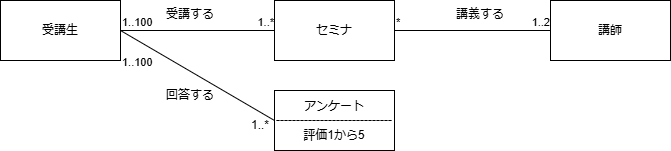
Above: lesson 05-4.drawio.png in kenboasakura/UML_GettingStarted (draw.io), before the change. Source tidied: cells renumbered, new cells last; positions are measured from the earlier drawing's top-left corner, leaving out a move shared by most shapes. The source it was exported from:
```xml
<mxGraphModel>
  <root>
    <mxCell id="0" />
    <mxCell id="1" parent="0" />
    <mxCell id="2" value="受講生" style="rounded=0;whiteSpace=wrap;html=1;" parent="1" vertex="1">
      <mxGeometry width="120" height="60" as="geometry" />
    </mxCell>
    <mxCell id="3" value="セミナ" style="rounded=0;whiteSpace=wrap;html=1;" parent="1" vertex="1">
      <mxGeometry x="274" width="120" height="60" as="geometry" />
    </mxCell>
    <mxCell id="4" value="講師" style="rounded=0;whiteSpace=wrap;html=1;" parent="1" vertex="1">
      <mxGeometry x="550" width="120" height="60" as="geometry" />
    </mxCell>
    <mxCell id="5" style="endArrow=none;html=1;edgeStyle=orthogonalEdgeStyle;rounded=0;exitX=1;exitY=0.5;exitDx=0;exitDy=0;entryX=0;entryY=0.5;entryDx=0;entryDy=0;" parent="1" edge="1" source="2" target="3">
      <mxGeometry relative="1" as="geometry" />
    </mxCell>
    <mxCell id="6" value="1..100" style="edgeLabel;html=1;align=left;verticalAlign=bottom;" parent="5" vertex="1">
      <mxGeometry x="-1" relative="1" as="geometry" />
    </mxCell>
    <mxCell id="7" value="1..*" style="edgeLabel;html=1;align=right;verticalAlign=bottom;" parent="5" vertex="1">
      <mxGeometry x="1" relative="1" as="geometry" />
    </mxCell>
    <mxCell id="8" style="endArrow=none;html=1;edgeStyle=orthogonalEdgeStyle;rounded=0;entryX=0;entryY=0.5;entryDx=0;entryDy=0;exitX=1;exitY=0.5;exitDx=0;exitDy=0;" parent="1" edge="1" source="3" target="4">
      <mxGeometry relative="1" as="geometry" />
    </mxCell>
    <mxCell id="9" value="*" style="edgeLabel;html=1;align=left;verticalAlign=bottom;" parent="8" vertex="1">
      <mxGeometry x="-1" relative="1" as="geometry" />
    </mxCell>
    <mxCell id="10" value="1..2" style="edgeLabel;html=1;align=right;verticalAlign=bottom;" parent="8" vertex="1">
      <mxGeometry x="1" relative="1" as="geometry" />
    </mxCell>
    <mxCell id="11" value="受講する" style="text;strokeColor=none;fillColor=none;align=left;verticalAlign=top;spacingLeft=4;spacingRight=4;overflow=hidden;whiteSpace=wrap;html=1;" parent="1" vertex="1">
      <mxGeometry x="160" width="100" height="26" as="geometry" />
    </mxCell>
    <mxCell id="12" value="講義する" style="text;strokeColor=none;fillColor=none;align=left;verticalAlign=top;spacingLeft=4;spacingRight=4;overflow=hidden;whiteSpace=wrap;html=1;" parent="1" vertex="1">
      <mxGeometry x="450" width="100" height="26" as="geometry" />
    </mxCell>
    <mxCell id="13" value="アンケート&lt;div&gt;-----------------------------&lt;/div&gt;&lt;div&gt;評価1から5&lt;/div&gt;" style="rounded=0;whiteSpace=wrap;html=1;" parent="1" vertex="1">
      <mxGeometry x="274" y="90" width="120" height="60" as="geometry" />
    </mxCell>
    <mxCell id="14" style="endArrow=none;html=1;rounded=0;exitX=1;exitY=0.5;exitDx=0;exitDy=0;entryX=0;entryY=0.5;entryDx=0;entryDy=0;" parent="1" edge="1" source="2" target="13">
      <mxGeometry relative="1" as="geometry" />
    </mxCell>
    <mxCell id="15" value="回答する" style="text;html=1;align=center;verticalAlign=middle;whiteSpace=wrap;rounded=0;" parent="1" vertex="1">
      <mxGeometry x="160" y="80" width="60" height="30" as="geometry" />
    </mxCell>
    <mxCell id="16" value="1..*" style="text;html=1;align=center;verticalAlign=middle;whiteSpace=wrap;rounded=0;" parent="1" vertex="1">
      <mxGeometry x="230" y="110" width="60" height="30" as="geometry" />
    </mxCell>
    <mxCell id="17" value="1..100" style="edgeLabel;html=1;align=left;verticalAlign=bottom;" parent="1" vertex="1">
      <mxGeometry x="120" y="70" as="geometry" />
    </mxCell>
  </root>
</mxGraphModel>
```
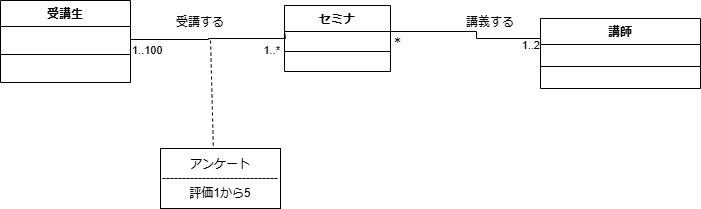
The same diagram one commit later.

What changed in the source:
```diff
@@ -2,29 +2,41 @@
   <root>
     <mxCell id="0" />
     <mxCell id="1" parent="0" />
-    <mxCell id="2" value="受講生" style="rounded=0;whiteSpace=wrap;html=1;" parent="1" vertex="1">
-      <mxGeometry width="120" height="60" as="geometry" />
-    </mxCell>
-    <mxCell id="3" value="セミナ" style="rounded=0;whiteSpace=wrap;html=1;" parent="1" vertex="1">
-      <mxGeometry x="274" width="120" height="60" as="geometry" />
-    </mxCell>
-    <mxCell id="4" value="講師" style="rounded=0;whiteSpace=wrap;html=1;" parent="1" vertex="1">
-      <mxGeometry x="550" width="120" height="60" as="geometry" />
-    </mxCell>
-    <mxCell id="5" style="endArrow=none;html=1;edgeStyle=orthogonalEdgeStyle;rounded=0;exitX=1;exitY=0.5;exitDx=0;exitDy=0;entryX=0;entryY=0.5;entryDx=0;entryDy=0;" parent="1" edge="1" source="2" target="3">
-      <mxGeometry relative="1" as="geometry" />
+    <mxCell id="5" style="endArrow=none;html=1;edgeStyle=orthogonalEdgeStyle;rounded=0;exitX=1;exitY=0.5;exitDx=0;exitDy=0;entryX=0;entryY=0.5;entryDx=0;entryDy=0;" parent="1" edge="1">
+      <mxGeometry relative="1" as="geometry">
+        <mxPoint x="120" y="30" as="sourcePoint" />
+        <mxPoint x="274" y="23" as="targetPoint" />
+        <Array as="points">
+          <mxPoint x="120" y="31" />
+          <mxPoint x="198" y="31" />
+          <mxPoint x="198" y="30" />
+          <mxPoint x="275" y="30" />
+        </Array>
+      </mxGeometry>
     </mxCell>
     <mxCell id="6" value="1..100" style="edgeLabel;html=1;align=left;verticalAlign=bottom;" parent="5" vertex="1">
-      <mxGeometry x="-1" relative="1" as="geometry" />
+      <mxGeometry x="-1" relative="1" as="geometry">
+        <mxPoint y="20" as="offset" />
+      </mxGeometry>
     </mxCell>
     <mxCell id="7" value="1..*" style="edgeLabel;html=1;align=right;verticalAlign=bottom;" parent="5" vertex="1">
-      <mxGeometry x="1" relative="1" as="geometry" />
+      <mxGeometry x="1" relative="1" as="geometry">
+        <mxPoint x="-4" y="27" as="offset" />
+      </mxGeometry>
     </mxCell>
-    <mxCell id="8" style="endArrow=none;html=1;edgeStyle=orthogonalEdgeStyle;rounded=0;entryX=0;entryY=0.5;entryDx=0;entryDy=0;exitX=1;exitY=0.5;exitDx=0;exitDy=0;" parent="1" edge="1" source="3" target="4">
-      <mxGeometry relative="1" as="geometry" />
+    <mxCell id="8" style="endArrow=none;html=1;edgeStyle=orthogonalEdgeStyle;rounded=0;entryX=0;entryY=0.5;entryDx=0;entryDy=0;exitX=1;exitY=0.5;exitDx=0;exitDy=0;" parent="1" edge="1" target="4">
+      <mxGeometry relative="1" as="geometry">
+        <mxPoint x="380" y="23" as="sourcePoint" />
+        <Array as="points">
+          <mxPoint x="466" y="23" />
+          <mxPoint x="466" y="30" />
+        </Array>
+      </mxGeometry>
     </mxCell>
-    <mxCell id="9" value="*" style="edgeLabel;html=1;align=left;verticalAlign=bottom;" parent="8" vertex="1">
-      <mxGeometry x="-1" relative="1" as="geometry" />
+    <mxCell id="9" value="＊" style="edgeLabel;html=1;align=left;verticalAlign=bottom;" parent="8" vertex="1">
+      <mxGeometry x="-1" relative="1" as="geometry">
+        <mxPoint y="17" as="offset" />
+      </mxGeometry>
     </mxCell>
     <mxCell id="10" value="1..2" style="edgeLabel;html=1;align=right;verticalAlign=bottom;" parent="8" vertex="1">
       <mxGeometry x="1" relative="1" as="geometry" />
@@ -36,19 +48,36 @@
       <mxGeometry x="450" width="100" height="26" as="geometry" />
     </mxCell>
     <mxCell id="13" value="アンケート&lt;div&gt;-----------------------------&lt;/div&gt;&lt;div&gt;評価1から5&lt;/div&gt;" style="rounded=0;whiteSpace=wrap;html=1;" parent="1" vertex="1">
-      <mxGeometry x="274" y="90" width="120" height="60" as="geometry" />
+      <mxGeometry x="150" y="140" width="120" height="60" as="geometry" />
     </mxCell>
-    <mxCell id="14" style="endArrow=none;html=1;rounded=0;exitX=1;exitY=0.5;exitDx=0;exitDy=0;entryX=0;entryY=0.5;entryDx=0;entryDy=0;" parent="1" edge="1" source="2" target="13">
-      <mxGeometry relative="1" as="geometry" />
-    </mxCell>
-    <mxCell id="15" value="回答する" style="text;html=1;align=center;verticalAlign=middle;whiteSpace=wrap;rounded=0;" parent="1" vertex="1">
-      <mxGeometry x="160" y="80" width="60" height="30" as="geometry" />
-    </mxCell>
-    <mxCell id="16" value="1..*" style="text;html=1;align=center;verticalAlign=middle;whiteSpace=wrap;rounded=0;" parent="1" vertex="1">
-      <mxGeometry x="230" y="110" width="60" height="30" as="geometry" />
-    </mxCell>
-    <mxCell id="17" value="1..100" style="edgeLabel;html=1;align=left;verticalAlign=bottom;" parent="1" vertex="1">
-      <mxGeometry x="120" y="70" as="geometry" />
-    </mxCell>
+    <mxCell id="2" value="受講生" style="swimlane;fontStyle=1;align=center;verticalAlign=top;horizontal=1;startSize=26;whiteSpace=wrap;html=1;" parent="1" vertex="1">
+      <mxGeometry x="-10" y="-8" width="130" height="82" as="geometry" />
+    </mxCell>
+    <mxCell id="18" value="&lt;div&gt;&lt;br&gt;&lt;/div&gt;&lt;div&gt;&lt;br&gt;&lt;/div&gt;" style="text;strokeColor=none;fillColor=none;align=left;verticalAlign=top;spacingLeft=4;spacingRight=4;overflow=hidden;whiteSpace=wrap;html=1;" parent="2" vertex="1">
+      <mxGeometry y="26" width="130" height="24" as="geometry" />
+    </mxCell>
+    <mxCell id="19" style="line;strokeWidth=1;fillColor=none;align=left;verticalAlign=middle;spacingTop=-1;spacingLeft=3;spacingRight=3;labelPosition=right;strokeColor=inherit;" parent="2" vertex="1">
+      <mxGeometry y="50" width="130" height="8" as="geometry" />
+    </mxCell>
+    <mxCell id="20" value="&lt;div&gt;&lt;br&gt;&lt;/div&gt;&lt;div&gt;&lt;br&gt;&lt;/div&gt;" style="text;strokeColor=none;fillColor=none;align=left;verticalAlign=top;spacingLeft=4;spacingRight=4;overflow=hidden;whiteSpace=wrap;html=1;" parent="2" vertex="1">
+      <mxGeometry y="58" width="130" height="24" as="geometry" />
+    </mxCell>
+    <mxCell id="3" value="セミナ" style="swimlane;fontStyle=1;align=center;verticalAlign=top;horizontal=1;startSize=26;whiteSpace=wrap;html=1;" parent="1" vertex="1">
+      <mxGeometry x="274" y="-3" width="106" height="66" as="geometry" />
+    </mxCell>
+    <mxCell id="21" style="line;strokeWidth=1;fillColor=none;align=left;verticalAlign=middle;spacingTop=-1;spacingLeft=3;spacingRight=3;labelPosition=right;strokeColor=inherit;" parent="3" vertex="1">
+      <mxGeometry y="26" width="106" height="40" as="geometry" />
+    </mxCell>
+    <mxCell id="4" value="講師" style="swimlane;fontStyle=1;align=center;verticalAlign=top;horizontal=1;startSize=26;whiteSpace=wrap;html=1;" parent="1" vertex="1">
+      <mxGeometry x="530" y="10" width="160" height="70" as="geometry" />
+    </mxCell>
+    <mxCell id="22" style="line;strokeWidth=1;fillColor=none;align=left;verticalAlign=middle;spacingTop=-1;spacingLeft=3;spacingRight=3;labelPosition=right;strokeColor=inherit;" parent="4" vertex="1">
+      <mxGeometry y="26" width="160" height="44" as="geometry" />
+    </mxCell>
+    <mxCell id="23" style="endArrow=none;dashed=1;html=1;rounded=0;exitX=0.44;exitY=-0.05;exitDx=0;exitDy=0;exitPerimeter=0;" parent="1" edge="1" source="13">
+      <mxGeometry relative="1" as="geometry">
+        <mxPoint x="200" y="30" as="targetPoint" />
+      </mxGeometry>
+    </mxCell>
   </root>
 </mxGraphModel>
```
